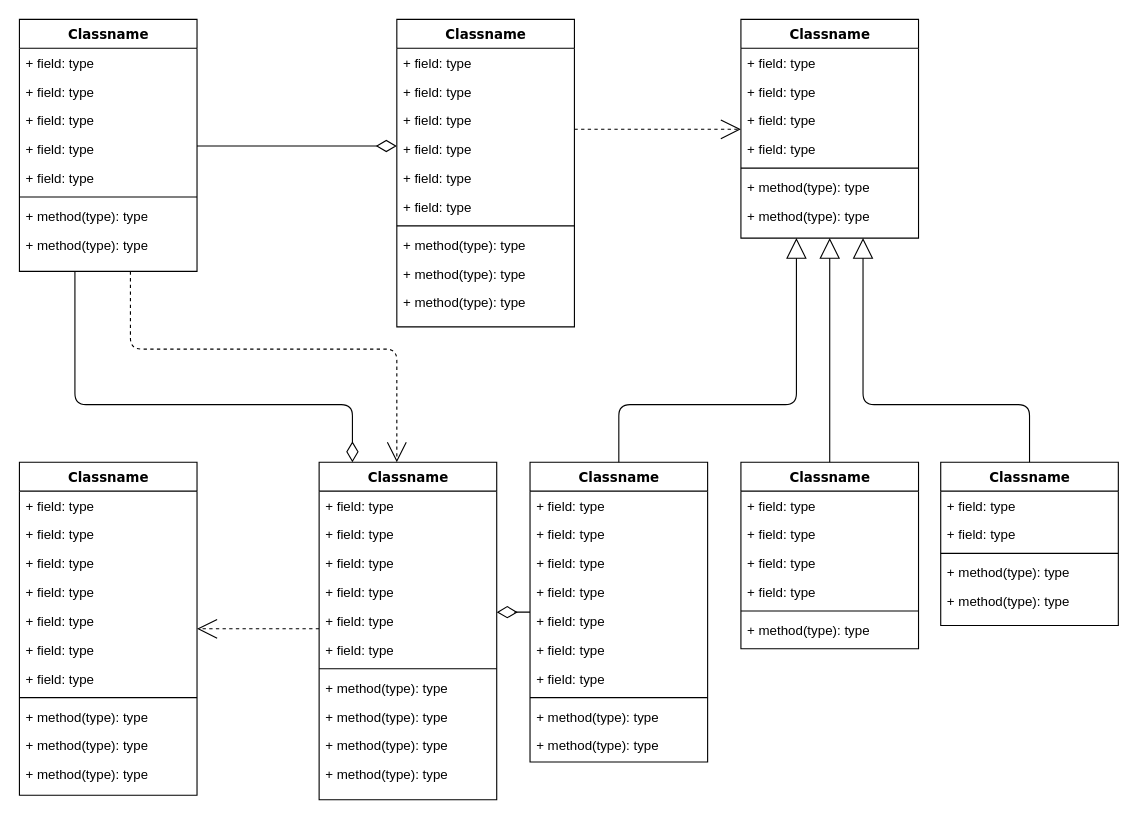
Earlier version of the draw.io diagram Untitled Diagram.drawio (kongjonghun/CNS_AGV). Source tidied: cells renumbered, new cells numbered last; positions are measured from the earlier drawing's top-left corner, leaving out a move shared by most shapes. Both pictures are drawn from the tidied source at 111%, with x=0, y=0 at pixel (19, 19).
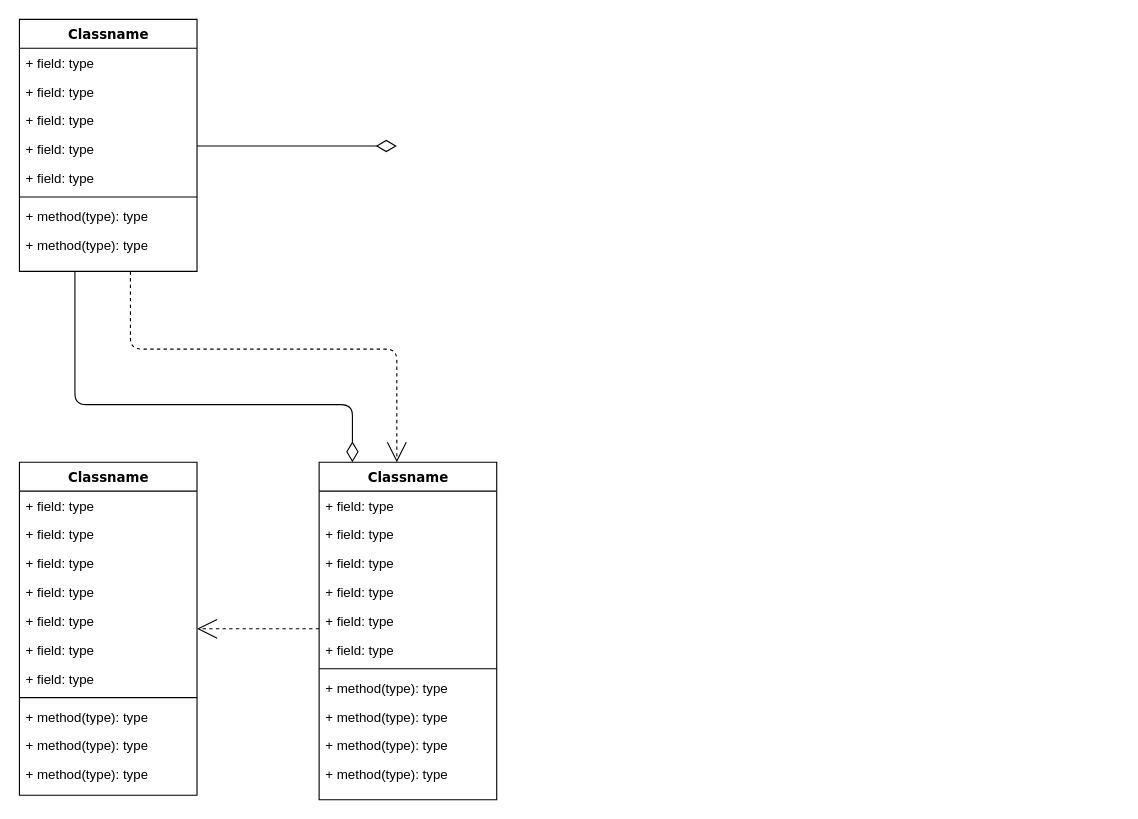
The same page after the edit.

Unchanged cells that the change refers to:
```xml
<mxCell id="4" value="Classname" style="swimlane;html=1;fontStyle=1;align=center;verticalAlign=top;horizontal=1;startSize=26;swimlaneFillColor=#ffffff;rounded=0;shadow=0;comic=0;labelBackgroundColor=none;strokeWidth=1;fillColor=none;fontFamily=Verdana;fontSize=12;" parent="1" vertex="1">
  <mxGeometry width="160" height="227" as="geometry" />
</mxCell>
<mxCell id="47" value="Classname" style="swimlane;html=1;fontStyle=1;align=center;verticalAlign=top;horizontal=1;startSize=26;swimlaneFillColor=#ffffff;rounded=0;shadow=0;comic=0;labelBackgroundColor=none;strokeWidth=1;fillColor=none;fontFamily=Verdana;fontSize=12;" parent="1" vertex="1">
  <mxGeometry x="270" y="399" width="160" height="304" as="geometry" />
</mxCell>
```

Diff of the diagram source:
```diff
@@
-    <mxCell id="13" style="edgeStyle=elbowEdgeStyle;html=1;labelBackgroundColor=none;startFill=0;startSize=8;endArrow=open;endFill=0;endSize=16;fontFamily=Verdana;fontSize=12;elbow=vertical;dashed=1;" parent="1" edge="1" source="14" target="25">
-      <mxGeometry relative="1" as="geometry" />
-    </mxCell>
-    <mxCell id="14" value="Classname" style="swimlane;html=1;fontStyle=1;align=center;verticalAlign=top;horizontal=1;startSize=26;swimlaneFillColor=#ffffff;rounded=0;shadow=0;comic=0;labelBackgroundColor=none;strokeWidth=1;fillColor=none;fontFamily=Verdana;fontSize=12;" parent="1" vertex="1">
-      <mxGeometry x="340" width="160" height="277" as="geometry" />
-    </mxCell>
-    <mxCell id="15" value="+ field: type" style="text;html=1;strokeColor=none;fillColor=none;align=left;verticalAlign=top;spacingLeft=4;spacingRight=4;whiteSpace=wrap;overflow=hidden;" parent="14" vertex="1">
-      <mxGeometry y="26" width="160" height="26" as="geometry" />
-    </mxCell>
-    <mxCell id="16" value="+ field: type" style="text;html=1;strokeColor=none;fillColor=none;align=left;verticalAlign=top;spacingLeft=4;spacingRight=4;whiteSpace=wrap;overflow=hidden;" parent="14" vertex="1">
-      <mxGeometry y="52" width="160" height="26" as="geometry" />
-    </mxCell>
-    <mxCell id="17" value="+ field: type" style="text;html=1;strokeColor=none;fillColor=none;align=left;verticalAlign=top;spacingLeft=4;spacingRight=4;whiteSpace=wrap;overflow=hidden;" parent="14" vertex="1">
-      <mxGeometry y="78" width="160" height="26" as="geometry" />
-    </mxCell>
-    <mxCell id="18" value="+ field: type" style="text;html=1;strokeColor=none;fillColor=none;align=left;verticalAlign=top;spacingLeft=4;spacingRight=4;whiteSpace=wrap;overflow=hidden;" parent="14" vertex="1">
-      <mxGeometry y="104" width="160" height="26" as="geometry" />
-    </mxCell>
-    <mxCell id="19" value="+ field: type" style="text;html=1;strokeColor=none;fillColor=none;align=left;verticalAlign=top;spacingLeft=4;spacingRight=4;whiteSpace=wrap;overflow=hidden;" parent="14" vertex="1">
-      <mxGeometry y="130" width="160" height="26" as="geometry" />
-    </mxCell>
-    <mxCell id="20" value="+ field: type" style="text;html=1;strokeColor=none;fillColor=none;align=left;verticalAlign=top;spacingLeft=4;spacingRight=4;whiteSpace=wrap;overflow=hidden;" parent="14" vertex="1">
-      <mxGeometry y="156" width="160" height="26" as="geometry" />
-    </mxCell>
-    <mxCell id="21" style="line;html=1;strokeWidth=1;fillColor=none;align=left;verticalAlign=middle;spacingTop=-1;spacingLeft=3;spacingRight=3;labelPosition=right;" parent="14" vertex="1">
-      <mxGeometry y="182" width="160" height="8" as="geometry" />
-    </mxCell>
-    <mxCell id="22" value="+ method(type): type" style="text;html=1;strokeColor=none;fillColor=none;align=left;verticalAlign=top;spacingLeft=4;spacingRight=4;whiteSpace=wrap;overflow=hidden;" parent="14" vertex="1">
-      <mxGeometry y="190" width="160" height="26" as="geometry" />
-    </mxCell>
-    <mxCell id="23" value="+ method(type): type" style="text;html=1;strokeColor=none;fillColor=none;align=left;verticalAlign=top;spacingLeft=4;spacingRight=4;whiteSpace=wrap;overflow=hidden;" parent="14" vertex="1">
-      <mxGeometry y="216" width="160" height="26" as="geometry" />
-    </mxCell>
-    <mxCell id="24" value="+ method(type): type" style="text;html=1;strokeColor=none;fillColor=none;align=left;verticalAlign=top;spacingLeft=4;spacingRight=4;whiteSpace=wrap;overflow=hidden;" parent="14" vertex="1">
-      <mxGeometry y="242" width="160" height="26" as="geometry" />
-    </mxCell>
-    <mxCell id="25" value="Classname" style="swimlane;html=1;fontStyle=1;align=center;verticalAlign=top;horizontal=1;startSize=26;swimlaneFillColor=#ffffff;rounded=0;shadow=0;comic=0;labelBackgroundColor=none;strokeWidth=1;fillColor=none;fontFamily=Verdana;fontSize=12;" parent="1" vertex="1">
-      <mxGeometry x="650" width="160" height="197" as="geometry" />
-    </mxCell>
-    <mxCell id="26" value="+ field: type" style="text;html=1;strokeColor=none;fillColor=none;align=left;verticalAlign=top;spacingLeft=4;spacingRight=4;whiteSpace=wrap;overflow=hidden;" parent="25" vertex="1">
-      <mxGeometry y="26" width="160" height="26" as="geometry" />
-    </mxCell>
-    <mxCell id="27" value="+ field: type" style="text;html=1;strokeColor=none;fillColor=none;align=left;verticalAlign=top;spacingLeft=4;spacingRight=4;whiteSpace=wrap;overflow=hidden;" parent="25" vertex="1">
-      <mxGeometry y="52" width="160" height="26" as="geometry" />
-    </mxCell>
-    <mxCell id="28" value="+ field: type" style="text;html=1;strokeColor=none;fillColor=none;align=left;verticalAlign=top;spacingLeft=4;spacingRight=4;whiteSpace=wrap;overflow=hidden;" parent="25" vertex="1">
-      <mxGeometry y="78" width="160" height="26" as="geometry" />
-    </mxCell>
-    <mxCell id="29" value="+ field: type" style="text;html=1;strokeColor=none;fillColor=none;align=left;verticalAlign=top;spacingLeft=4;spacingRight=4;whiteSpace=wrap;overflow=hidden;" parent="25" vertex="1">
-      <mxGeometry y="104" width="160" height="26" as="geometry" />
-    </mxCell>
-    <mxCell id="30" style="line;html=1;strokeWidth=1;fillColor=none;align=left;verticalAlign=middle;spacingTop=-1;spacingLeft=3;spacingRight=3;labelPosition=right;" parent="25" vertex="1">
-      <mxGeometry y="130" width="160" height="8" as="geometry" />
-    </mxCell>
-    <mxCell id="31" value="+ method(type): type" style="text;html=1;strokeColor=none;fillColor=none;align=left;verticalAlign=top;spacingLeft=4;spacingRight=4;whiteSpace=wrap;overflow=hidden;" parent="25" vertex="1">
-      <mxGeometry y="138" width="160" height="26" as="geometry" />
-    </mxCell>
-    <mxCell id="32" value="+ method(type): type" style="text;html=1;strokeColor=none;fillColor=none;align=left;verticalAlign=top;spacingLeft=4;spacingRight=4;whiteSpace=wrap;overflow=hidden;" parent="25" vertex="1">
-      <mxGeometry y="164" width="160" height="26" as="geometry" />
-    </mxCell>
@@
-    <mxCell id="46" style="edgeStyle=elbowEdgeStyle;html=1;labelBackgroundColor=none;startFill=0;startSize=8;endArrow=diamondThin;endFill=0;endSize=16;fontFamily=Verdana;fontSize=12;elbow=vertical;" parent="1" edge="1" source="60" target="47">
-      <mxGeometry relative="1" as="geometry" />
-    </mxCell>
@@
-    <mxCell id="59" style="edgeStyle=orthogonalEdgeStyle;html=1;labelBackgroundColor=none;startFill=0;startSize=8;endArrow=block;endFill=0;endSize=16;fontFamily=Verdana;fontSize=12;" parent="1" edge="1" source="60" target="25">
-      <mxGeometry relative="1" as="geometry">
-        <Array as="points">
-          <mxPoint x="540" y="347" />
-          <mxPoint x="700" y="347" />
-        </Array>
-      </mxGeometry>
-    </mxCell>
-    <mxCell id="60" value="Classname" style="swimlane;html=1;fontStyle=1;align=center;verticalAlign=top;horizontal=1;startSize=26;swimlaneFillColor=#ffffff;rounded=0;shadow=0;comic=0;labelBackgroundColor=none;strokeWidth=1;fillColor=none;fontFamily=Verdana;fontSize=12;" parent="1" vertex="1">
-      <mxGeometry x="460" y="399" width="160" height="270" as="geometry" />
-    </mxCell>
-    <mxCell id="61" value="+ field: type" style="text;html=1;strokeColor=none;fillColor=none;align=left;verticalAlign=top;spacingLeft=4;spacingRight=4;whiteSpace=wrap;overflow=hidden;" parent="60" vertex="1">
-      <mxGeometry y="26" width="160" height="26" as="geometry" />
-    </mxCell>
-    <mxCell id="62" value="+ field: type" style="text;html=1;strokeColor=none;fillColor=none;align=left;verticalAlign=top;spacingLeft=4;spacingRight=4;whiteSpace=wrap;overflow=hidden;" parent="60" vertex="1">
-      <mxGeometry y="52" width="160" height="26" as="geometry" />
-    </mxCell>
-    <mxCell id="63" value="+ field: type" style="text;html=1;strokeColor=none;fillColor=none;align=left;verticalAlign=top;spacingLeft=4;spacingRight=4;whiteSpace=wrap;overflow=hidden;" parent="60" vertex="1">
-      <mxGeometry y="78" width="160" height="26" as="geometry" />
-    </mxCell>
-    <mxCell id="64" value="+ field: type" style="text;html=1;strokeColor=none;fillColor=none;align=left;verticalAlign=top;spacingLeft=4;spacingRight=4;whiteSpace=wrap;overflow=hidden;" parent="60" vertex="1">
-      <mxGeometry y="104" width="160" height="26" as="geometry" />
-    </mxCell>
-    <mxCell id="65" value="+ field: type" style="text;html=1;strokeColor=none;fillColor=none;align=left;verticalAlign=top;spacingLeft=4;spacingRight=4;whiteSpace=wrap;overflow=hidden;" parent="60" vertex="1">
-      <mxGeometry y="130" width="160" height="26" as="geometry" />
-    </mxCell>
-    <mxCell id="66" value="+ field: type" style="text;html=1;strokeColor=none;fillColor=none;align=left;verticalAlign=top;spacingLeft=4;spacingRight=4;whiteSpace=wrap;overflow=hidden;" parent="60" vertex="1">
-      <mxGeometry y="156" width="160" height="26" as="geometry" />
-    </mxCell>
-    <mxCell id="67" value="+ field: type" style="text;html=1;strokeColor=none;fillColor=none;align=left;verticalAlign=top;spacingLeft=4;spacingRight=4;whiteSpace=wrap;overflow=hidden;" parent="60" vertex="1">
-      <mxGeometry y="182" width="160" height="26" as="geometry" />
-    </mxCell>
-    <mxCell id="68" style="line;html=1;strokeWidth=1;fillColor=none;align=left;verticalAlign=middle;spacingTop=-1;spacingLeft=3;spacingRight=3;labelPosition=right;" parent="60" vertex="1">
-      <mxGeometry y="208" width="160" height="8" as="geometry" />
-    </mxCell>
-    <mxCell id="69" value="+ method(type): type" style="text;html=1;strokeColor=none;fillColor=none;align=left;verticalAlign=top;spacingLeft=4;spacingRight=4;whiteSpace=wrap;overflow=hidden;" parent="60" vertex="1">
-      <mxGeometry y="216" width="160" height="26" as="geometry" />
-    </mxCell>
-    <mxCell id="70" value="+ method(type): type" style="text;html=1;strokeColor=none;fillColor=none;align=left;verticalAlign=top;spacingLeft=4;spacingRight=4;whiteSpace=wrap;overflow=hidden;" parent="60" vertex="1">
-      <mxGeometry y="242" width="160" height="26" as="geometry" />
-    </mxCell>
-    <mxCell id="71" style="edgeStyle=orthogonalEdgeStyle;html=1;labelBackgroundColor=none;startFill=0;startSize=8;endArrow=block;endFill=0;endSize=16;fontFamily=Verdana;fontSize=12;" parent="1" edge="1" source="72" target="25">
-      <mxGeometry relative="1" as="geometry" />
-    </mxCell>
-    <mxCell id="72" value="Classname" style="swimlane;html=1;fontStyle=1;align=center;verticalAlign=top;horizontal=1;startSize=26;swimlaneFillColor=#ffffff;rounded=0;shadow=0;comic=0;labelBackgroundColor=none;strokeWidth=1;fillColor=none;fontFamily=Verdana;fontSize=12;" parent="1" vertex="1">
-      <mxGeometry x="650" y="399" width="160" height="168" as="geometry" />
-    </mxCell>
-    <mxCell id="73" value="+ field: type" style="text;html=1;strokeColor=none;fillColor=none;align=left;verticalAlign=top;spacingLeft=4;spacingRight=4;whiteSpace=wrap;overflow=hidden;" parent="72" vertex="1">
-      <mxGeometry y="26" width="160" height="26" as="geometry" />
-    </mxCell>
-    <mxCell id="74" value="+ field: type" style="text;html=1;strokeColor=none;fillColor=none;align=left;verticalAlign=top;spacingLeft=4;spacingRight=4;whiteSpace=wrap;overflow=hidden;" parent="72" vertex="1">
-      <mxGeometry y="52" width="160" height="26" as="geometry" />
-    </mxCell>
-    <mxCell id="75" value="+ field: type" style="text;html=1;strokeColor=none;fillColor=none;align=left;verticalAlign=top;spacingLeft=4;spacingRight=4;whiteSpace=wrap;overflow=hidden;" parent="72" vertex="1">
-      <mxGeometry y="78" width="160" height="26" as="geometry" />
-    </mxCell>
-    <mxCell id="76" value="+ field: type" style="text;html=1;strokeColor=none;fillColor=none;align=left;verticalAlign=top;spacingLeft=4;spacingRight=4;whiteSpace=wrap;overflow=hidden;" parent="72" vertex="1">
-      <mxGeometry y="104" width="160" height="26" as="geometry" />
-    </mxCell>
-    <mxCell id="77" style="line;html=1;strokeWidth=1;fillColor=none;align=left;verticalAlign=middle;spacingTop=-1;spacingLeft=3;spacingRight=3;labelPosition=right;" parent="72" vertex="1">
-      <mxGeometry y="130" width="160" height="8" as="geometry" />
-    </mxCell>
-    <mxCell id="78" value="+ method(type): type" style="text;html=1;strokeColor=none;fillColor=none;align=left;verticalAlign=top;spacingLeft=4;spacingRight=4;whiteSpace=wrap;overflow=hidden;" parent="72" vertex="1">
-      <mxGeometry y="138" width="160" height="26" as="geometry" />
-    </mxCell>
-    <mxCell id="79" style="edgeStyle=orthogonalEdgeStyle;html=1;labelBackgroundColor=none;startFill=0;startSize=8;endArrow=block;endFill=0;endSize=16;fontFamily=Verdana;fontSize=12;" parent="1" edge="1" source="80" target="25">
-      <mxGeometry relative="1" as="geometry">
-        <Array as="points">
-          <mxPoint x="910" y="347" />
-          <mxPoint x="760" y="347" />
-        </Array>
-      </mxGeometry>
-    </mxCell>
-    <mxCell id="80" value="Classname" style="swimlane;html=1;fontStyle=1;align=center;verticalAlign=top;horizontal=1;startSize=26;swimlaneFillColor=#ffffff;rounded=0;shadow=0;comic=0;labelBackgroundColor=none;strokeWidth=1;fillColor=none;fontFamily=Verdana;fontSize=12;" parent="1" vertex="1">
-      <mxGeometry x="830" y="399" width="160" height="147" as="geometry" />
-    </mxCell>
-    <mxCell id="81" value="+ field: type" style="text;html=1;strokeColor=none;fillColor=none;align=left;verticalAlign=top;spacingLeft=4;spacingRight=4;whiteSpace=wrap;overflow=hidden;" parent="80" vertex="1">
-      <mxGeometry y="26" width="160" height="26" as="geometry" />
-    </mxCell>
-    <mxCell id="82" value="+ field: type" style="text;html=1;strokeColor=none;fillColor=none;align=left;verticalAlign=top;spacingLeft=4;spacingRight=4;whiteSpace=wrap;overflow=hidden;" parent="80" vertex="1">
-      <mxGeometry y="52" width="160" height="26" as="geometry" />
-    </mxCell>
-    <mxCell id="83" style="line;html=1;strokeWidth=1;fillColor=none;align=left;verticalAlign=middle;spacingTop=-1;spacingLeft=3;spacingRight=3;labelPosition=right;" parent="80" vertex="1">
-      <mxGeometry y="78" width="160" height="8" as="geometry" />
-    </mxCell>
-    <mxCell id="84" value="+ method(type): type" style="text;html=1;strokeColor=none;fillColor=none;align=left;verticalAlign=top;spacingLeft=4;spacingRight=4;whiteSpace=wrap;overflow=hidden;" parent="80" vertex="1">
-      <mxGeometry y="86" width="160" height="26" as="geometry" />
-    </mxCell>
-    <mxCell id="85" value="+ method(type): type" style="text;html=1;strokeColor=none;fillColor=none;align=left;verticalAlign=top;spacingLeft=4;spacingRight=4;whiteSpace=wrap;overflow=hidden;" parent="80" vertex="1">
-      <mxGeometry y="112" width="160" height="26" as="geometry" />
-    </mxCell>
-    <mxCell id="86" style="edgeStyle=elbowEdgeStyle;html=1;labelBackgroundColor=none;startFill=0;startSize=8;endArrow=diamondThin;endFill=0;endSize=16;fontFamily=Verdana;fontSize=12;elbow=vertical;" parent="1" edge="1" source="4" target="14">
-      <mxGeometry relative="1" as="geometry" />
+    <mxCell id="86" style="edgeStyle=elbowEdgeStyle;html=1;labelBackgroundColor=none;startFill=0;startSize=8;endArrow=diamondThin;endFill=0;endSize=16;fontFamily=Verdana;fontSize=12;elbow=vertical;" parent="1" edge="1" source="4">
+      <mxGeometry relative="1" as="geometry">
+        <mxPoint x="340" y="114" as="targetPoint" />
+      </mxGeometry>
     </mxCell>
```
